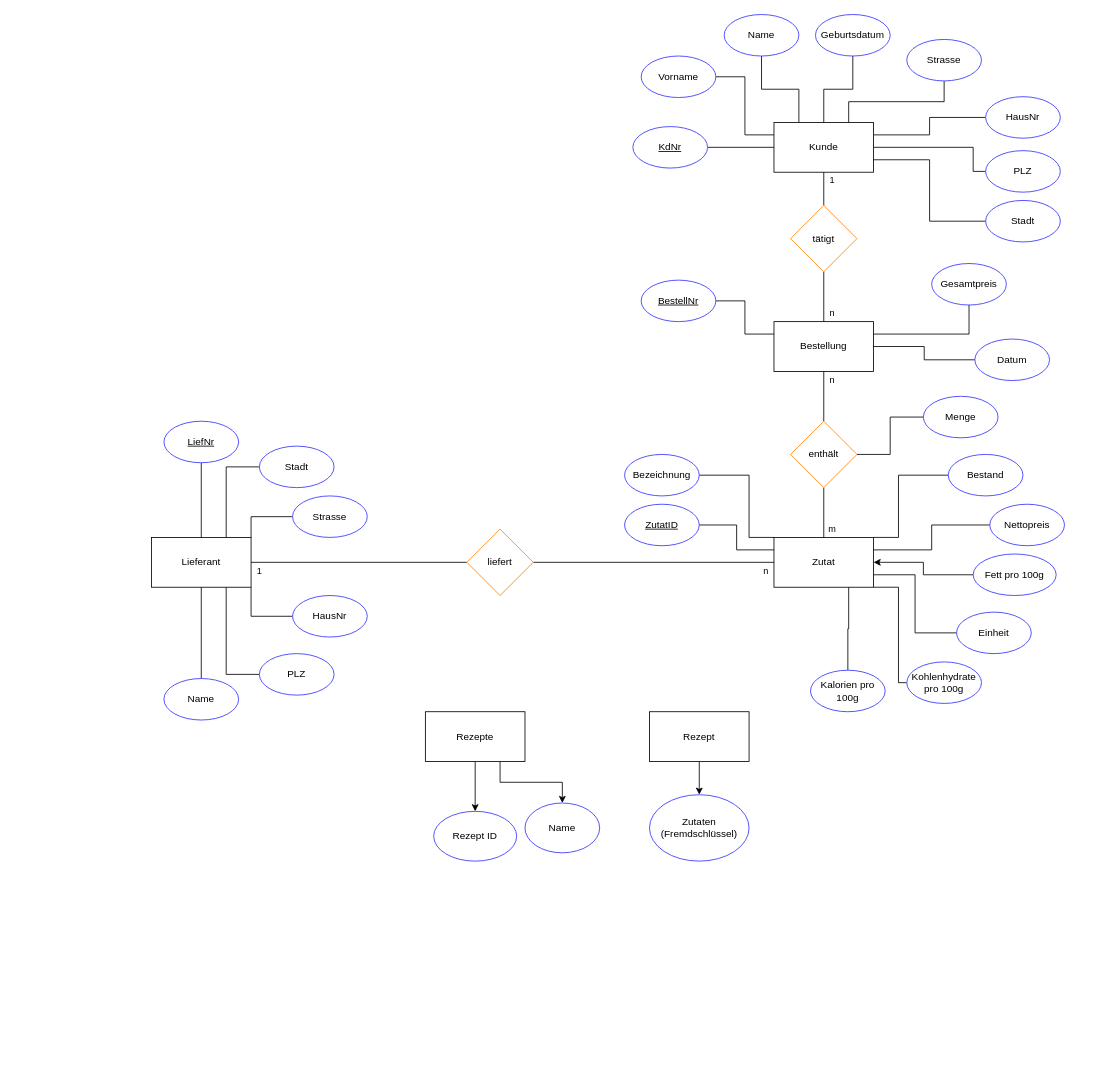
This is ERD-IST-Zustand.drawio from panchord/Draw.io, a draw.io file, before an edit. Source tidied: cells renumbered, new cells numbered last; positions are measured from the earlier drawing's top-left corner, leaving out a move shared by most shapes. Both pictures are drawn from the tidied source at 83%, with x=0, y=0 at pixel (151, 14).
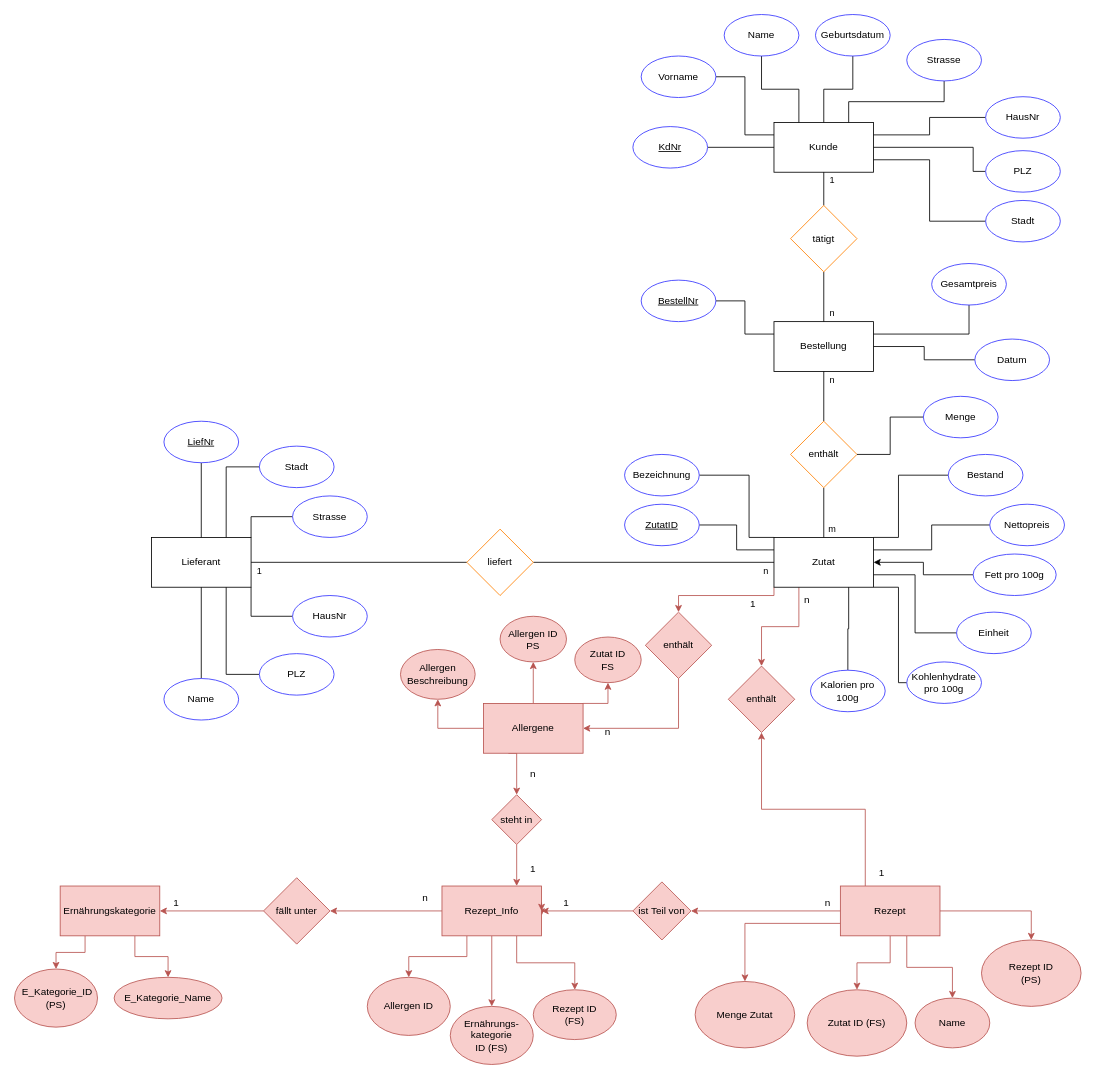
The same diagram, later.

The change refers to these unchanged cells:
```xml
<mxCell id="29" value="Zutat" style="rounded=0;whiteSpace=wrap;html=1;" parent="1" vertex="1">
  <mxGeometry x="750" y="630" width="120" height="60" as="geometry" />
</mxCell>
```

Change to the diagram source:
```diff
@@
+    <mxCell id="76" style="edgeStyle=orthogonalEdgeStyle;rounded=0;jettySize=auto;html=1;exitX=0.25;exitY=1;exitDx=0;exitDy=0;entryX=0.5;entryY=0;entryDx=0;entryDy=0;fillColor=#f8cecc;strokeColor=#b85450;" parent="1" edge="1" source="29" target="88">
+      <mxGeometry relative="1" as="geometry" />
+    </mxCell>
+    <mxCell id="77" style="edgeStyle=orthogonalEdgeStyle;rounded=0;jettySize=auto;html=1;exitX=0;exitY=1;exitDx=0;exitDy=0;entryX=0.5;entryY=0;entryDx=0;entryDy=0;fillColor=#f8cecc;strokeColor=#b85450;" parent="1" edge="1" source="29" target="100">
+      <mxGeometry relative="1" as="geometry">
+        <Array as="points">
+          <mxPoint x="750" y="700" />
+          <mxPoint x="635" y="700" />
+        </Array>
+      </mxGeometry>
+    </mxCell>
@@
+    <mxCell id="78" style="edgeStyle=orthogonalEdgeStyle;rounded=0;jettySize=auto;html=1;exitX=1;exitY=0.5;exitDx=0;exitDy=0;fillColor=#f8cecc;strokeColor=#b85450;" parent="1" edge="1" source="70">
+      <mxGeometry relative="1" as="geometry">
+        <mxPoint x="470.1" y="1085.4" as="targetPoint" />
+      </mxGeometry>
+    </mxCell>
+    <mxCell id="79" style="edgeStyle=orthogonalEdgeStyle;rounded=0;jettySize=auto;html=1;exitX=0.5;exitY=1;exitDx=0;exitDy=0;fillColor=#f8cecc;strokeColor=#b85450;" parent="1" edge="1" source="70" target="97">
+      <mxGeometry relative="1" as="geometry" />
+    </mxCell>
+    <mxCell id="80" style="edgeStyle=orthogonalEdgeStyle;rounded=0;jettySize=auto;html=1;exitX=0.25;exitY=1;exitDx=0;exitDy=0;fillColor=#f8cecc;strokeColor=#b85450;" parent="1" edge="1" source="70" target="98">
+      <mxGeometry relative="1" as="geometry" />
+    </mxCell>
+    <mxCell id="81" style="edgeStyle=orthogonalEdgeStyle;rounded=0;jettySize=auto;html=1;exitX=0;exitY=0.5;exitDx=0;exitDy=0;fillColor=#f8cecc;strokeColor=#b85450;" parent="1" edge="1" source="70" target="94">
+      <mxGeometry relative="1" as="geometry" />
+    </mxCell>
-    <mxCell id="68" style="edgeStyle=orthogonalEdgeStyle;rounded=0;jettySize=auto;html=1;exitX=0.5;exitY=1;exitDx=0;exitDy=0;entryX=0.5;entryY=0;entryDx=0;entryDy=0;" parent="1" edge="1" source="70" target="71">
+    <mxCell id="68" style="edgeStyle=orthogonalEdgeStyle;rounded=0;jettySize=auto;html=1;exitX=0.75;exitY=1;exitDx=0;exitDy=0;fillColor=#f8cecc;strokeColor=#b85450;" parent="1" edge="1" source="70" target="71">
       <mxGeometry relative="1" as="geometry" />
     </mxCell>
-    <mxCell id="69" style="edgeStyle=orthogonalEdgeStyle;rounded=0;jettySize=auto;html=1;exitX=0.75;exitY=1;exitDx=0;exitDy=0;entryX=0.5;entryY=0;entryDx=0;entryDy=0;" parent="1" edge="1" source="70" target="72">
-      <mxGeometry relative="1" as="geometry" />
-    </mxCell>
-    <mxCell id="70" value="Rezepte" style="rounded=0;whiteSpace=wrap;html=1;" parent="1" vertex="1">
-      <mxGeometry x="330" y="840" width="120" height="60" as="geometry" />
+    <mxCell id="70" value="Rezept_Info" style="rounded=0;whiteSpace=wrap;html=1;fillColor=#f8cecc;strokeColor=#b85450;" parent="1" vertex="1">
+      <mxGeometry x="350" y="1050" width="120" height="60" as="geometry" />
     </mxCell>
-    <mxCell id="71" value="Rezept ID" style="ellipse;whiteSpace=wrap;html=1;fillColor=none;strokeColor=#3333ff;" parent="1" vertex="1">
-      <mxGeometry x="340" y="960" width="100" height="60" as="geometry" />
+    <mxCell id="71" value="Rezept ID&lt;div&gt;(FS)&lt;/div&gt;" style="ellipse;whiteSpace=wrap;html=1;fillColor=#f8cecc;strokeColor=#b85450;" parent="1" vertex="1">
+      <mxGeometry x="460" y="1175" width="100" height="60" as="geometry" />
     </mxCell>
-    <mxCell id="72" value="Name" style="ellipse;whiteSpace=wrap;html=1;fillColor=none;strokeColor=#3333FF;" parent="1" vertex="1">
-      <mxGeometry x="450" y="950" width="90" height="60" as="geometry" />
+    <mxCell id="72" value="Name" style="ellipse;whiteSpace=wrap;html=1;fillColor=#f8cecc;strokeColor=#b85450;" parent="1" vertex="1">
+      <mxGeometry x="920" y="1185" width="90" height="60" as="geometry" />
     </mxCell>
-    <mxCell id="73" style="edgeStyle=orthogonalEdgeStyle;rounded=0;jettySize=auto;html=1;exitX=0.5;exitY=1;exitDx=0;exitDy=0;entryX=0.5;entryY=0;entryDx=0;entryDy=0;" parent="1" edge="1" source="74" target="75">
+    <mxCell id="73" style="edgeStyle=orthogonalEdgeStyle;rounded=0;jettySize=auto;html=1;exitX=0.5;exitY=1;exitDx=0;exitDy=0;entryX=0.5;entryY=0;entryDx=0;entryDy=0;fillColor=#f8cecc;strokeColor=#b85450;" parent="1" edge="1" source="74" target="75">
       <mxGeometry relative="1" as="geometry" />
     </mxCell>
+    <mxCell id="82" style="edgeStyle=orthogonalEdgeStyle;rounded=0;jettySize=auto;html=1;exitX=1;exitY=0.5;exitDx=0;exitDy=0;entryX=0.5;entryY=0;entryDx=0;entryDy=0;fillColor=#f8cecc;strokeColor=#b85450;" parent="1" edge="1" source="74" target="87">
+      <mxGeometry relative="1" as="geometry" />
+    </mxCell>
+    <mxCell id="83" style="edgeStyle=orthogonalEdgeStyle;rounded=0;jettySize=auto;html=1;exitX=0.25;exitY=0;exitDx=0;exitDy=0;entryX=0.5;entryY=1;entryDx=0;entryDy=0;fillColor=#f8cecc;strokeColor=#b85450;" parent="1" edge="1" source="74" target="88">
+      <mxGeometry relative="1" as="geometry" />
+    </mxCell>
+    <mxCell id="84" style="edgeStyle=orthogonalEdgeStyle;rounded=0;jettySize=auto;html=1;entryX=0.5;entryY=0;entryDx=0;entryDy=0;fillColor=#f8cecc;strokeColor=#b85450;" parent="1" edge="1" source="74" target="72">
+      <mxGeometry relative="1" as="geometry">
+        <Array as="points">
+          <mxPoint x="910" y="1148" />
+          <mxPoint x="965" y="1148" />
+        </Array>
+      </mxGeometry>
+    </mxCell>
+    <mxCell id="85" style="edgeStyle=orthogonalEdgeStyle;rounded=0;jettySize=auto;html=1;exitX=0;exitY=0.75;exitDx=0;exitDy=0;entryX=0.5;entryY=0;entryDx=0;entryDy=0;fillColor=#f8cecc;strokeColor=#b85450;" parent="1" edge="1" source="74" target="89">
+      <mxGeometry relative="1" as="geometry" />
+    </mxCell>
+    <mxCell id="86" style="edgeStyle=orthogonalEdgeStyle;rounded=0;jettySize=auto;html=1;exitX=0;exitY=0.5;exitDx=0;exitDy=0;entryX=1;entryY=0.5;entryDx=0;entryDy=0;fillColor=#f8cecc;strokeColor=#b85450;" parent="1" edge="1" source="74" target="110">
+      <mxGeometry relative="1" as="geometry" />
+    </mxCell>
-    <mxCell id="74" value="Rezept" style="rounded=0;whiteSpace=wrap;html=1;" parent="1" vertex="1">
-      <mxGeometry x="600" y="840" width="120" height="60" as="geometry" />
+    <mxCell id="74" value="Rezept" style="rounded=0;whiteSpace=wrap;html=1;fillColor=#f8cecc;strokeColor=#b85450;" parent="1" vertex="1">
+      <mxGeometry x="830" y="1050" width="120" height="60" as="geometry" />
     </mxCell>
-    <mxCell id="75" value="Zutaten (Fremdschlüssel)" style="ellipse;whiteSpace=wrap;html=1;strokeColor=#3333FF;" parent="1" vertex="1">
-      <mxGeometry x="600" y="940" width="120" height="80" as="geometry" />
+    <mxCell id="75" value="Zutat ID (FS)" style="ellipse;whiteSpace=wrap;html=1;strokeColor=#b85450;fillColor=#f8cecc;" parent="1" vertex="1">
+      <mxGeometry x="790" y="1175" width="120" height="80" as="geometry" />
     </mxCell>
+    <mxCell id="87" value="Rezept ID&lt;div&gt;(PS)&lt;/div&gt;" style="ellipse;whiteSpace=wrap;html=1;fillColor=#f8cecc;strokeColor=#b85450;" parent="1" vertex="1">
+      <mxGeometry x="1000" y="1115" width="120" height="80" as="geometry" />
+    </mxCell>
+    <mxCell id="88" value="enthält" style="rhombus;whiteSpace=wrap;html=1;fillColor=#f8cecc;strokeColor=#b85450;" parent="1" vertex="1">
+      <mxGeometry x="695" y="785" width="80" height="80" as="geometry" />
+    </mxCell>
+    <mxCell id="89" value="Menge Zutat" style="ellipse;whiteSpace=wrap;html=1;strokeColor=#b85450;fillColor=#f8cecc;" parent="1" vertex="1">
+      <mxGeometry x="655" y="1165" width="120" height="80" as="geometry" />
+    </mxCell>
+    <mxCell id="90" style="edgeStyle=orthogonalEdgeStyle;rounded=0;jettySize=auto;html=1;exitX=0.25;exitY=1;exitDx=0;exitDy=0;entryX=0.5;entryY=0;entryDx=0;entryDy=0;fillColor=#f8cecc;strokeColor=#b85450;" parent="1" edge="1" source="92" target="95">
+      <mxGeometry relative="1" as="geometry" />
+    </mxCell>
+    <mxCell id="91" style="edgeStyle=orthogonalEdgeStyle;rounded=0;jettySize=auto;html=1;exitX=0.75;exitY=1;exitDx=0;exitDy=0;entryX=0.5;entryY=0;entryDx=0;entryDy=0;fillColor=#f8cecc;strokeColor=#b85450;" parent="1" edge="1" source="92" target="96">
+      <mxGeometry relative="1" as="geometry" />
+    </mxCell>
+    <mxCell id="92" value="Ernährungskategorie" style="rounded=0;whiteSpace=wrap;html=1;fillColor=#f8cecc;strokeColor=#b85450;" parent="1" vertex="1">
+      <mxGeometry x="-110" y="1050" width="120" height="60" as="geometry" />
+    </mxCell>
+    <mxCell id="93" style="edgeStyle=orthogonalEdgeStyle;rounded=0;jettySize=auto;html=1;exitX=0;exitY=0.5;exitDx=0;exitDy=0;fillColor=#f8cecc;strokeColor=#b85450;" parent="1" edge="1" source="94" target="92">
+      <mxGeometry relative="1" as="geometry" />
+    </mxCell>
+    <mxCell id="94" value="fällt unter" style="rhombus;whiteSpace=wrap;html=1;fillColor=#f8cecc;strokeColor=#b85450;" parent="1" vertex="1">
+      <mxGeometry x="135" y="1040" width="80" height="80" as="geometry" />
+    </mxCell>
+    <mxCell id="95" value="&amp;nbsp;E_Kategorie_ID&lt;div&gt;(PS)&lt;/div&gt;" style="ellipse;whiteSpace=wrap;html=1;fillColor=#f8cecc;strokeColor=#b85450;" parent="1" vertex="1">
+      <mxGeometry x="-165" y="1150" width="100" height="70" as="geometry" />
+    </mxCell>
+    <mxCell id="96" value="E_Kategorie_Name" style="ellipse;whiteSpace=wrap;html=1;fillColor=#f8cecc;strokeColor=#b85450;" parent="1" vertex="1">
+      <mxGeometry x="-45" y="1160" width="130" height="50" as="geometry" />
+    </mxCell>
+    <mxCell id="97" value="Ernährungs-&lt;div&gt;kategorie&lt;div&gt;ID (FS)&lt;/div&gt;&lt;/div&gt;" style="ellipse;whiteSpace=wrap;html=1;fillColor=#f8cecc;strokeColor=#b85450;" parent="1" vertex="1">
+      <mxGeometry x="360" y="1195" width="100" height="70" as="geometry" />
+    </mxCell>
+    <mxCell id="98" value="Allergen ID" style="ellipse;whiteSpace=wrap;html=1;fillColor=#f8cecc;strokeColor=#b85450;" parent="1" vertex="1">
+      <mxGeometry x="260" y="1160" width="100" height="70" as="geometry" />
+    </mxCell>
+    <mxCell id="99" style="edgeStyle=orthogonalEdgeStyle;rounded=0;jettySize=auto;html=1;exitX=0.5;exitY=1;exitDx=0;exitDy=0;entryX=1;entryY=0.5;entryDx=0;entryDy=0;fillColor=#f8cecc;strokeColor=#b85450;" parent="1" edge="1" source="100" target="105">
+      <mxGeometry relative="1" as="geometry" />
+    </mxCell>
+    <mxCell id="100" value="enthält" style="rhombus;whiteSpace=wrap;html=1;fillColor=#f8cecc;strokeColor=#b85450;" parent="1" vertex="1">
+      <mxGeometry x="595" y="720" width="80" height="80" as="geometry" />
+    </mxCell>
+    <mxCell id="101" style="edgeStyle=orthogonalEdgeStyle;rounded=0;jettySize=auto;html=1;exitX=0.5;exitY=0;exitDx=0;exitDy=0;entryX=0.5;entryY=1;entryDx=0;entryDy=0;fillColor=#f8cecc;strokeColor=#b85450;" parent="1" edge="1" source="105" target="106">
+      <mxGeometry relative="1" as="geometry" />
+    </mxCell>
+    <mxCell id="102" style="edgeStyle=orthogonalEdgeStyle;rounded=0;jettySize=auto;html=1;exitX=0;exitY=0.5;exitDx=0;exitDy=0;entryX=0.5;entryY=1;entryDx=0;entryDy=0;fillColor=#f8cecc;strokeColor=#b85450;" parent="1" edge="1" source="105" target="107">
+      <mxGeometry relative="1" as="geometry" />
+    </mxCell>
+    <mxCell id="103" style="edgeStyle=orthogonalEdgeStyle;rounded=0;jettySize=auto;html=1;exitX=1;exitY=0;exitDx=0;exitDy=0;entryX=0.5;entryY=1;entryDx=0;entryDy=0;fillColor=#f8cecc;strokeColor=#b85450;" parent="1" edge="1" source="105" target="111">
+      <mxGeometry relative="1" as="geometry" />
+    </mxCell>
+    <mxCell id="104" style="edgeStyle=orthogonalEdgeStyle;rounded=0;jettySize=auto;html=1;exitX=0.25;exitY=1;exitDx=0;exitDy=0;fillColor=#f8cecc;strokeColor=#b85450;" parent="1" edge="1" source="105" target="121">
+      <mxGeometry relative="1" as="geometry">
+        <Array as="points">
+          <mxPoint x="440" y="890" />
+        </Array>
+      </mxGeometry>
+    </mxCell>
+    <mxCell id="105" value="Allergene" style="rounded=0;whiteSpace=wrap;html=1;fillColor=#f8cecc;strokeColor=#b85450;" parent="1" vertex="1">
+      <mxGeometry x="400" y="830" width="120" height="60" as="geometry" />
+    </mxCell>
+    <mxCell id="106" value="Allergen ID&lt;div&gt;&lt;span style=&quot;background-color: initial;&quot;&gt;PS&lt;/span&gt;&lt;/div&gt;" style="ellipse;whiteSpace=wrap;html=1;fillColor=#f8cecc;strokeColor=#b85450;" parent="1" vertex="1">
+      <mxGeometry x="420" y="725" width="80" height="55" as="geometry" />
+    </mxCell>
+    <mxCell id="107" value="Allergen Beschreibung" style="ellipse;whiteSpace=wrap;html=1;fillColor=#f8cecc;strokeColor=#b85450;" parent="1" vertex="1">
+      <mxGeometry x="300" y="765" width="90" height="60" as="geometry" />
+    </mxCell>
+    <mxCell id="108" style="edgeStyle=orthogonalEdgeStyle;rounded=0;jettySize=auto;html=1;exitX=0;exitY=0.5;exitDx=0;exitDy=0;entryX=1;entryY=0.5;entryDx=0;entryDy=0;fillColor=#f8cecc;strokeColor=#b85450;" parent="1" edge="1" source="119" target="70">
+      <mxGeometry relative="1" as="geometry" />
+    </mxCell>
+    <mxCell id="109" style="edgeStyle=orthogonalEdgeStyle;rounded=0;jettySize=auto;html=1;exitX=0;exitY=0.5;exitDx=0;exitDy=0;fillColor=#f8cecc;strokeColor=#b85450;" parent="1" edge="1" source="110" target="70">
+      <mxGeometry relative="1" as="geometry" />
+    </mxCell>
+    <mxCell id="110" value="ist Teil von" style="rhombus;whiteSpace=wrap;html=1;fillColor=#f8cecc;strokeColor=#b85450;" parent="1" vertex="1">
+      <mxGeometry x="580" y="1045" width="70" height="70" as="geometry" />
+    </mxCell>
+    <mxCell id="111" value="Zutat ID&lt;div&gt;FS&lt;/div&gt;" style="ellipse;whiteSpace=wrap;html=1;fillColor=#f8cecc;strokeColor=#b85450;" parent="1" vertex="1">
+      <mxGeometry x="510" y="750" width="80" height="55" as="geometry" />
+    </mxCell>
+    <mxCell id="112" value="1" style="text;html=1;align=center;verticalAlign=middle;whiteSpace=wrap;rounded=0;" parent="1" vertex="1">
+      <mxGeometry x="850" y="1020" width="60" height="30" as="geometry" />
+    </mxCell>
+    <mxCell id="113" value="n" style="text;html=1;align=center;verticalAlign=middle;whiteSpace=wrap;rounded=0;" parent="1" vertex="1">
+      <mxGeometry x="760" y="690" width="60" height="30" as="geometry" />
+    </mxCell>
+    <mxCell id="114" value="n" style="text;html=1;align=center;verticalAlign=middle;whiteSpace=wrap;rounded=0;" parent="1" vertex="1">
+      <mxGeometry x="300" y="1050" width="60" height="30" as="geometry" />
+    </mxCell>
+    <mxCell id="115" value="n" style="text;html=1;align=center;verticalAlign=middle;whiteSpace=wrap;rounded=0;" parent="1" vertex="1">
+      <mxGeometry x="785" y="1055" width="60" height="30" as="geometry" />
+    </mxCell>
+    <mxCell id="116" value="1" style="text;html=1;align=center;verticalAlign=middle;whiteSpace=wrap;rounded=0;" parent="1" vertex="1">
+      <mxGeometry y="1055" width="60" height="30" as="geometry" />
+    </mxCell>
+    <mxCell id="117" value="1" style="text;html=1;align=center;verticalAlign=middle;whiteSpace=wrap;rounded=0;" parent="1" vertex="1">
+      <mxGeometry x="695" y="695" width="60" height="30" as="geometry" />
+    </mxCell>
+    <mxCell id="118" value="n" style="text;html=1;align=center;verticalAlign=middle;whiteSpace=wrap;rounded=0;" parent="1" vertex="1">
+      <mxGeometry x="520" y="850" width="60" height="30" as="geometry" />
+    </mxCell>
+    <mxCell id="119" value="1" style="text;html=1;align=center;verticalAlign=middle;whiteSpace=wrap;rounded=0;" parent="1" vertex="1">
+      <mxGeometry x="470" y="1055" width="60" height="30" as="geometry" />
+    </mxCell>
+    <mxCell id="120" style="edgeStyle=orthogonalEdgeStyle;rounded=0;jettySize=auto;html=1;exitX=0.5;exitY=1;exitDx=0;exitDy=0;entryX=0.75;entryY=0;entryDx=0;entryDy=0;fillColor=#f8cecc;strokeColor=#b85450;" parent="1" edge="1" source="121" target="70">
+      <mxGeometry relative="1" as="geometry" />
+    </mxCell>
+    <mxCell id="121" value="steht in" style="rhombus;whiteSpace=wrap;html=1;fillColor=#f8cecc;strokeColor=#b85450;" parent="1" vertex="1">
+      <mxGeometry x="410" y="940" width="60" height="60" as="geometry" />
+    </mxCell>
+    <mxCell id="122" value="1" style="text;html=1;align=center;verticalAlign=middle;whiteSpace=wrap;rounded=0;" parent="1" vertex="1">
+      <mxGeometry x="430" y="1015" width="60" height="30" as="geometry" />
+    </mxCell>
+    <mxCell id="123" value="n" style="text;html=1;align=center;verticalAlign=middle;whiteSpace=wrap;rounded=0;" parent="1" vertex="1">
+      <mxGeometry x="430" y="900" width="60" height="30" as="geometry" />
+    </mxCell>
```
